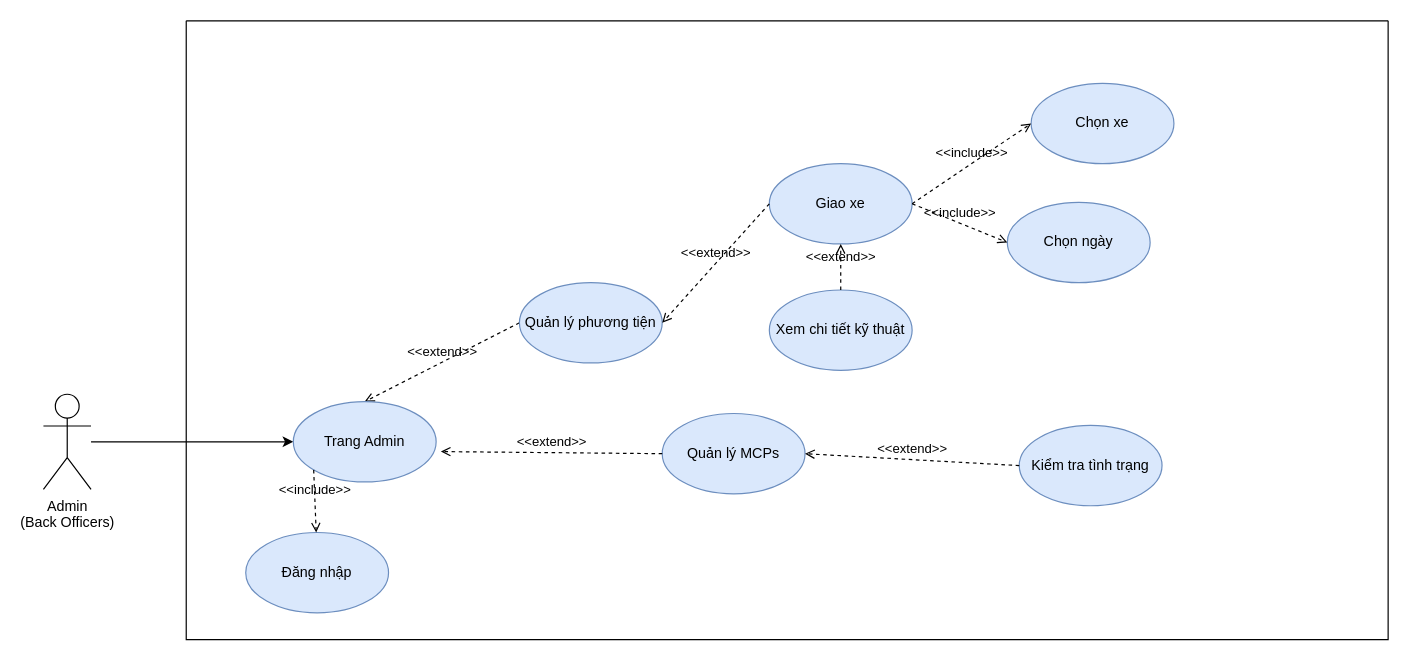
The draw.io diagram Task 1/1.3/Manage-Vehicles-and-MCPs.drawio in astr0tas/SE-with-Da-Bois---UWC-2.0, before the edit. Source tidied: cells renumbered, new cells numbered last; positions are measured from the earlier drawing's top-left corner, leaving out a move shared by most shapes. Both pictures are drawn from the tidied source at 119%, with x=0, y=0 at pixel (43, 20).
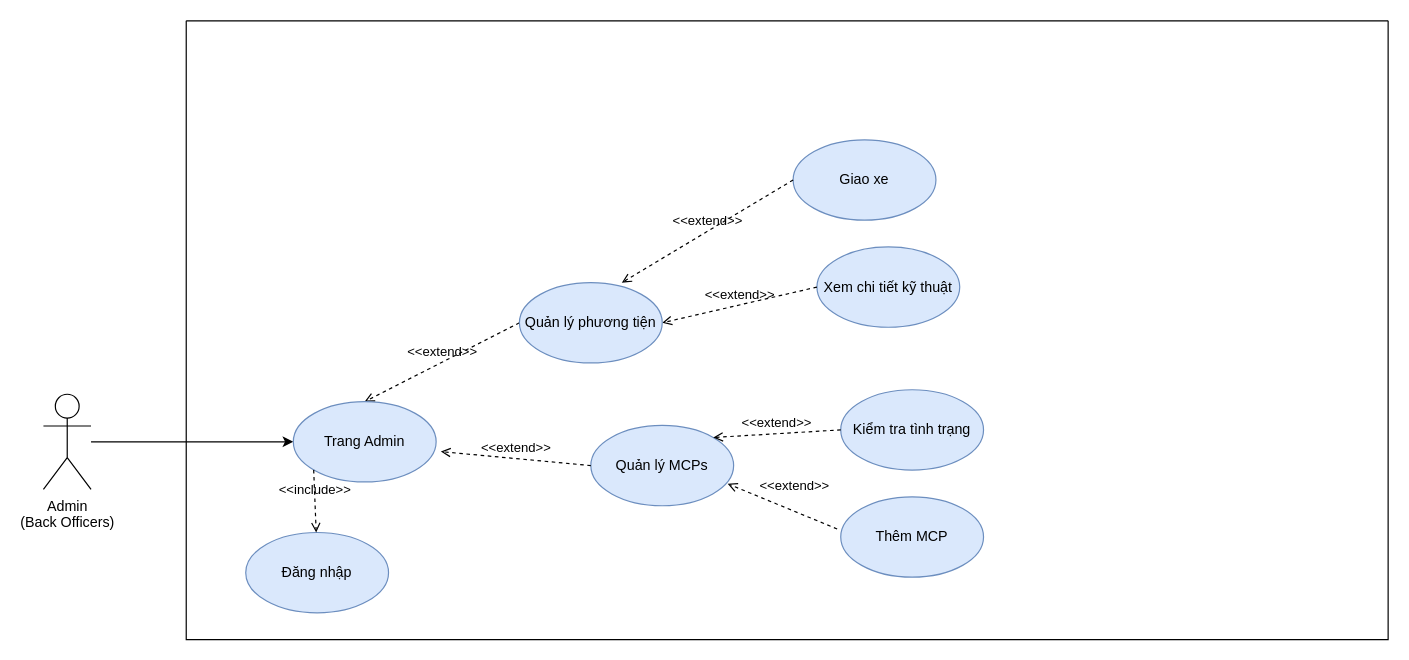
Above is the later version.

Unchanged cells that the change refers to:
```xml
<mxCell id="4" style="swimlane;startSize=0;" parent="1" vertex="1">
  <mxGeometry x="120" width="1010" height="520" as="geometry" />
</mxCell>
<mxCell id="20" value="&lt;div&gt;&lt;span&gt;Quản lý phương tiện&lt;/span&gt;&lt;/div&gt;" style="ellipse;whiteSpace=wrap;html=1;align=center;fillColor=#dae8fc;strokeColor=#6c8ebf;" parent="4" vertex="1">
  <mxGeometry x="280" y="220" width="120" height="67.5" as="geometry" />
</mxCell>
```

Diff of the diagram source:
```diff
@@
     <mxCell id="6" value="Xem chi tiết kỹ thuật" style="ellipse;whiteSpace=wrap;html=1;fillColor=#dae8fc;strokeColor=#6c8ebf;" parent="4" vertex="1">
-      <mxGeometry x="490" y="226.2" width="120" height="67.5" as="geometry" />
+      <mxGeometry x="530" y="190" width="120" height="67.5" as="geometry" />
     </mxCell>
     <mxCell id="7" value="Giao xe" style="ellipse;whiteSpace=wrap;html=1;fillColor=#dae8fc;strokeColor=#6c8ebf;" parent="4" vertex="1">
-      <mxGeometry x="490" y="120" width="120" height="67.5" as="geometry" />
+      <mxGeometry x="510" y="100" width="120" height="67.5" as="geometry" />
     </mxCell>
-    <mxCell id="8" value="Chọn xe" style="ellipse;whiteSpace=wrap;html=1;fillColor=#dae8fc;strokeColor=#6c8ebf;" parent="4" vertex="1">
-      <mxGeometry x="710" y="52.5" width="120" height="67.5" as="geometry" />
-    </mxCell>
     <mxCell id="9" value="Quản lý MCPs" style="ellipse;whiteSpace=wrap;html=1;fillColor=#dae8fc;strokeColor=#6c8ebf;" parent="4" vertex="1">
-      <mxGeometry x="400" y="330" width="120" height="67.5" as="geometry" />
+      <mxGeometry x="340" y="340" width="120" height="67.5" as="geometry" />
     </mxCell>
-    <mxCell id="10" value="Chọn ngày" style="ellipse;whiteSpace=wrap;html=1;fillColor=#dae8fc;strokeColor=#6c8ebf;" parent="4" vertex="1">
-      <mxGeometry x="690" y="152.5" width="120" height="67.5" as="geometry" />
-    </mxCell>
     <mxCell id="11" value="Kiểm tra tình trạng" style="ellipse;whiteSpace=wrap;html=1;fillColor=#dae8fc;strokeColor=#6c8ebf;" parent="4" vertex="1">
-      <mxGeometry x="700" y="340" width="120" height="67.5" as="geometry" />
+      <mxGeometry x="550" y="310" width="120" height="67.5" as="geometry" />
     </mxCell>
@@
-    <mxCell id="14" value="&amp;lt;&amp;lt;extend&amp;gt;&amp;gt;" style="html=1;verticalAlign=bottom;labelBackgroundColor=none;endArrow=open;endFill=0;dashed=1;exitX=0.5;exitY=0;exitDx=0;exitDy=0;entryX=0.5;entryY=1;entryDx=0;entryDy=0;" parent="4" edge="1" source="6" target="7">
+    <mxCell id="14" value="&amp;lt;&amp;lt;extend&amp;gt;&amp;gt;" style="html=1;verticalAlign=bottom;labelBackgroundColor=none;endArrow=open;endFill=0;dashed=1;exitX=0;exitY=0.5;exitDx=0;exitDy=0;entryX=1;entryY=0.5;entryDx=0;entryDy=0;" parent="4" edge="1" source="6" target="20">
       <mxGeometry relative="1" as="geometry" />
     </mxCell>
-    <mxCell id="15" value="&amp;lt;&amp;lt;extend&amp;gt;&amp;gt;" style="html=1;verticalAlign=bottom;labelBackgroundColor=none;endArrow=open;endFill=0;dashed=1;exitX=0;exitY=0.5;exitDx=0;exitDy=0;entryX=1;entryY=0.5;entryDx=0;entryDy=0;" parent="4" edge="1" source="11" target="9">
+    <mxCell id="15" value="&amp;lt;&amp;lt;extend&amp;gt;&amp;gt;" style="html=1;verticalAlign=bottom;labelBackgroundColor=none;endArrow=open;endFill=0;dashed=1;exitX=0;exitY=0.5;exitDx=0;exitDy=0;entryX=1;entryY=0;entryDx=0;entryDy=0;" parent="4" edge="1" source="11" target="9">
       <mxGeometry relative="1" as="geometry" />
     </mxCell>
-    <mxCell id="16" value="&amp;lt;&amp;lt;include&amp;gt;&amp;gt;" style="html=1;verticalAlign=bottom;labelBackgroundColor=none;endArrow=open;endFill=0;dashed=1;exitX=1;exitY=0.5;exitDx=0;exitDy=0;entryX=0;entryY=0.5;entryDx=0;entryDy=0;" parent="4" edge="1" source="7" target="8">
-      <mxGeometry relative="1" as="geometry" />
-    </mxCell>
-    <mxCell id="17" value="&amp;lt;&amp;lt;include&amp;gt;&amp;gt;" style="html=1;verticalAlign=bottom;labelBackgroundColor=none;endArrow=open;endFill=0;dashed=1;exitX=1;exitY=0.5;exitDx=0;exitDy=0;entryX=0;entryY=0.5;entryDx=0;entryDy=0;" parent="4" edge="1" source="7" target="10">
-      <mxGeometry relative="1" as="geometry" />
-    </mxCell>
@@
-    <mxCell id="21" value="&amp;lt;&amp;lt;extend&amp;gt;&amp;gt;" style="html=1;verticalAlign=bottom;labelBackgroundColor=none;endArrow=open;endFill=0;dashed=1;exitX=0;exitY=0.5;exitDx=0;exitDy=0;entryX=1;entryY=0.5;entryDx=0;entryDy=0;" parent="4" edge="1" source="7" target="20">
+    <mxCell id="21" value="&amp;lt;&amp;lt;extend&amp;gt;&amp;gt;" style="html=1;verticalAlign=bottom;labelBackgroundColor=none;endArrow=open;endFill=0;dashed=1;exitX=0;exitY=0.5;exitDx=0;exitDy=0;entryX=0.717;entryY=0;entryDx=0;entryDy=0;entryPerimeter=0;" parent="4" edge="1" source="7" target="20">
       <mxGeometry relative="1" as="geometry" />
     </mxCell>
+    <mxCell id="22" value="Thêm MCP" style="ellipse;whiteSpace=wrap;html=1;fillColor=#dae8fc;strokeColor=#6c8ebf;" parent="4" vertex="1">
+      <mxGeometry x="550" y="400" width="120" height="67.5" as="geometry" />
+    </mxCell>
+    <mxCell id="23" value="&amp;lt;&amp;lt;extend&amp;gt;&amp;gt;" style="html=1;verticalAlign=bottom;labelBackgroundColor=none;endArrow=open;endFill=0;dashed=1;exitX=-0.025;exitY=0.4;exitDx=0;exitDy=0;entryX=0.958;entryY=0.726;entryDx=0;entryDy=0;entryPerimeter=0;exitPerimeter=0;" parent="4" edge="1" source="22" target="9">
+      <mxGeometry x="-0.11" y="-11" relative="1" as="geometry" />
+    </mxCell>
```
